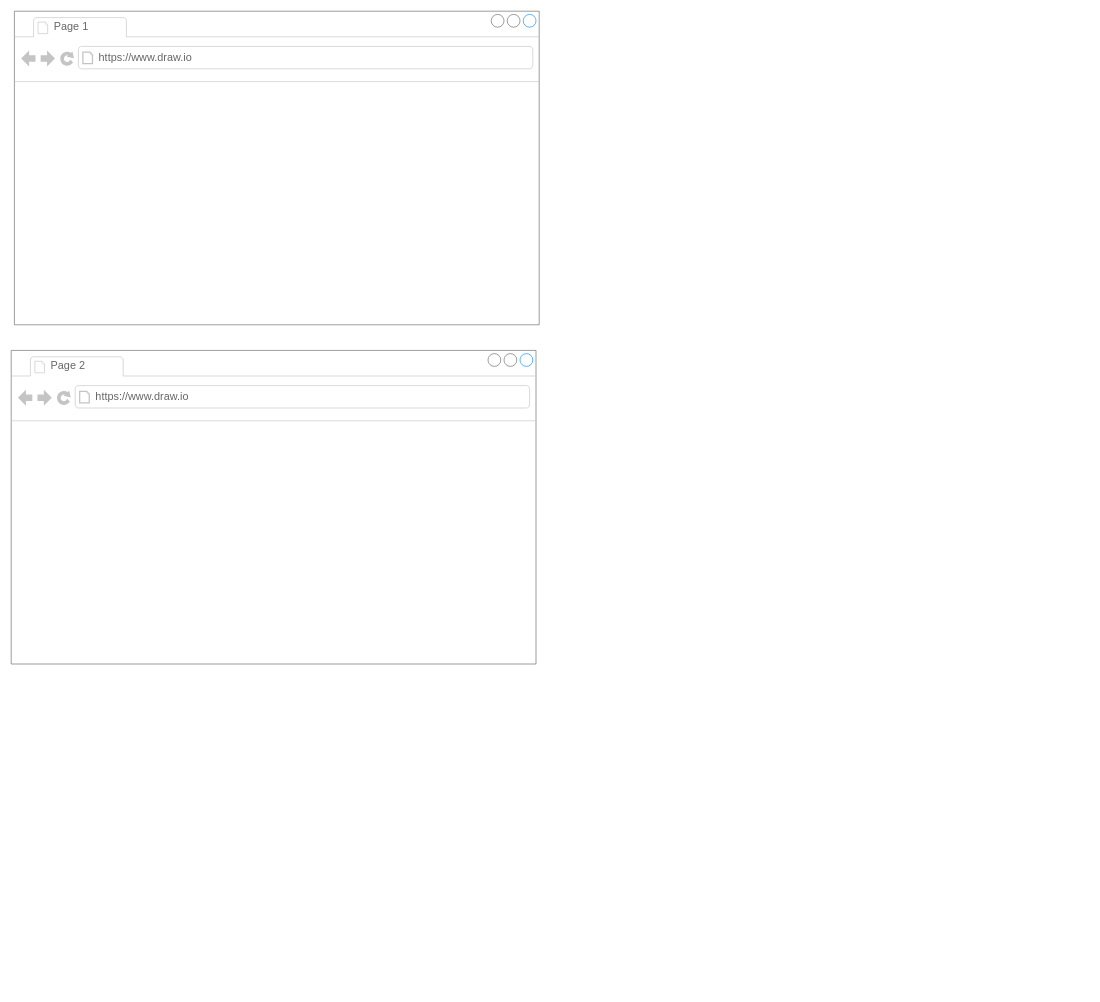
Above: EventsWebsite.drawio in OmranDahish/EventsWebsite (draw.io), before the change. Source tidied: cells renumbered, new cells numbered last; positions are measured from the earlier drawing's top-left corner, leaving out a move shared by most shapes. Both pictures are drawn from the tidied source at 64%, with x=0, y=0 at pixel (11, 11).
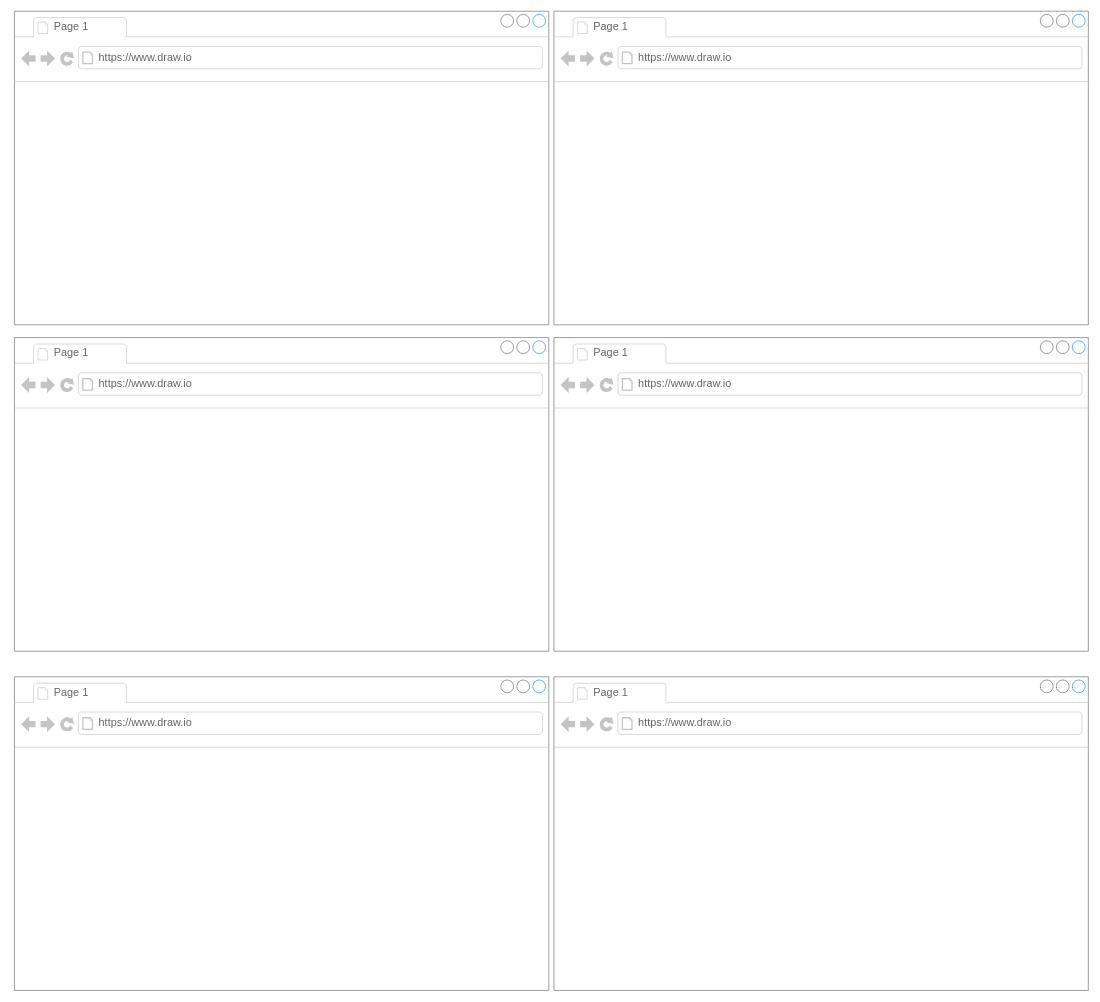
After the change.

Change to the diagram source:
```diff
@@
 <mxGraphModel>
   <root>
     <mxCell id="0" />
     <mxCell id="1" parent="0" />
     <mxCell id="2" style="strokeWidth=1;shadow=0;dashed=0;align=center;html=1;shape=mxgraph.mockup.containers.browserWindow;rSize=0;strokeColor=#666666;strokeColor2=#008cff;strokeColor3=#c4c4c4;mainText=,;" parent="1" vertex="1">
-      <mxGeometry x="5" width="820" height="490" as="geometry" />
+      <mxGeometry x="5" width="835" height="490" as="geometry" />
     </mxCell>
     <mxCell id="3" value="Page 1" style="strokeWidth=1;shadow=0;dashed=0;align=center;html=1;shape=mxgraph.mockup.containers.anchor;fontSize=17;fontColor=#666666;align=left;" parent="2" vertex="1">
       <mxGeometry x="60" y="12" width="110" height="26" as="geometry" />
     </mxCell>
     <mxCell id="4" value="https://www.draw.io" style="strokeWidth=1;shadow=0;dashed=0;align=center;html=1;shape=mxgraph.mockup.containers.anchor;rSize=0;fontSize=17;fontColor=#666666;align=left;" parent="2" vertex="1">
       <mxGeometry x="130" y="60" width="250" height="26" as="geometry" />
     </mxCell>
-    <mxCell id="5" style="strokeWidth=1;shadow=0;dashed=0;align=center;html=1;shape=mxgraph.mockup.containers.browserWindow;rSize=0;strokeColor=#666666;strokeColor2=#008cff;strokeColor3=#c4c4c4;mainText=,;" parent="1" vertex="1">
-      <mxGeometry y="530" width="820" height="490" as="geometry" />
-    </mxCell>
-    <mxCell id="6" value="Page 2" style="strokeWidth=1;shadow=0;dashed=0;align=center;html=1;shape=mxgraph.mockup.containers.anchor;fontSize=17;fontColor=#666666;align=left;" parent="5" vertex="1">
-      <mxGeometry x="60" y="12" width="110" height="26" as="geometry" />
-    </mxCell>
-    <mxCell id="7" value="https://www.draw.io" style="strokeWidth=1;shadow=0;dashed=0;align=center;html=1;shape=mxgraph.mockup.containers.anchor;rSize=0;fontSize=17;fontColor=#666666;align=left;" parent="5" vertex="1">
-      <mxGeometry x="130" y="60" width="250" height="26" as="geometry" />
-    </mxCell>
+    <mxCell id="8" style="strokeWidth=1;shadow=0;dashed=0;align=center;html=1;shape=mxgraph.mockup.containers.browserWindow;rSize=0;strokeColor=#666666;strokeColor2=#008cff;strokeColor3=#c4c4c4;mainText=,;" parent="1" vertex="1">
+      <mxGeometry x="5" y="510" width="835" height="490" as="geometry" />
+    </mxCell>
+    <mxCell id="9" value="Page 1" style="strokeWidth=1;shadow=0;dashed=0;align=center;html=1;shape=mxgraph.mockup.containers.anchor;fontSize=17;fontColor=#666666;align=left;" parent="8" vertex="1">
+      <mxGeometry x="60" y="12" width="110" height="26" as="geometry" />
+    </mxCell>
+    <mxCell id="10" value="https://www.draw.io" style="strokeWidth=1;shadow=0;dashed=0;align=center;html=1;shape=mxgraph.mockup.containers.anchor;rSize=0;fontSize=17;fontColor=#666666;align=left;" parent="8" vertex="1">
+      <mxGeometry x="130" y="60" width="250" height="26" as="geometry" />
+    </mxCell>
+    <mxCell id="11" style="strokeWidth=1;shadow=0;dashed=0;align=center;html=1;shape=mxgraph.mockup.containers.browserWindow;rSize=0;strokeColor=#666666;strokeColor2=#008cff;strokeColor3=#c4c4c4;mainText=,;" parent="1" vertex="1">
+      <mxGeometry x="848" y="510" width="835" height="490" as="geometry" />
+    </mxCell>
+    <mxCell id="12" value="Page 1" style="strokeWidth=1;shadow=0;dashed=0;align=center;html=1;shape=mxgraph.mockup.containers.anchor;fontSize=17;fontColor=#666666;align=left;" parent="11" vertex="1">
+      <mxGeometry x="60" y="12" width="110" height="26" as="geometry" />
+    </mxCell>
+    <mxCell id="13" value="https://www.draw.io" style="strokeWidth=1;shadow=0;dashed=0;align=center;html=1;shape=mxgraph.mockup.containers.anchor;rSize=0;fontSize=17;fontColor=#666666;align=left;" parent="11" vertex="1">
+      <mxGeometry x="130" y="60" width="250" height="26" as="geometry" />
+    </mxCell>
+    <mxCell id="14" style="strokeWidth=1;shadow=0;dashed=0;align=center;html=1;shape=mxgraph.mockup.containers.browserWindow;rSize=0;strokeColor=#666666;strokeColor2=#008cff;strokeColor3=#c4c4c4;mainText=,;" parent="1" vertex="1">
+      <mxGeometry x="848" width="835" height="490" as="geometry" />
+    </mxCell>
+    <mxCell id="15" value="Page 1" style="strokeWidth=1;shadow=0;dashed=0;align=center;html=1;shape=mxgraph.mockup.containers.anchor;fontSize=17;fontColor=#666666;align=left;" parent="14" vertex="1">
+      <mxGeometry x="60" y="12" width="110" height="26" as="geometry" />
+    </mxCell>
+    <mxCell id="16" value="https://www.draw.io" style="strokeWidth=1;shadow=0;dashed=0;align=center;html=1;shape=mxgraph.mockup.containers.anchor;rSize=0;fontSize=17;fontColor=#666666;align=left;" parent="14" vertex="1">
+      <mxGeometry x="130" y="60" width="250" height="26" as="geometry" />
+    </mxCell>
+    <mxCell id="17" style="strokeWidth=1;shadow=0;dashed=0;align=center;html=1;shape=mxgraph.mockup.containers.browserWindow;rSize=0;strokeColor=#666666;strokeColor2=#008cff;strokeColor3=#c4c4c4;mainText=,;" parent="1" vertex="1">
+      <mxGeometry x="5" y="1040" width="835" height="490" as="geometry" />
+    </mxCell>
+    <mxCell id="18" value="Page 1" style="strokeWidth=1;shadow=0;dashed=0;align=center;html=1;shape=mxgraph.mockup.containers.anchor;fontSize=17;fontColor=#666666;align=left;" parent="17" vertex="1">
+      <mxGeometry x="60" y="12" width="110" height="26" as="geometry" />
+    </mxCell>
+    <mxCell id="19" value="https://www.draw.io" style="strokeWidth=1;shadow=0;dashed=0;align=center;html=1;shape=mxgraph.mockup.containers.anchor;rSize=0;fontSize=17;fontColor=#666666;align=left;" parent="17" vertex="1">
+      <mxGeometry x="130" y="60" width="250" height="26" as="geometry" />
+    </mxCell>
+    <mxCell id="20" style="strokeWidth=1;shadow=0;dashed=0;align=center;html=1;shape=mxgraph.mockup.containers.browserWindow;rSize=0;strokeColor=#666666;strokeColor2=#008cff;strokeColor3=#c4c4c4;mainText=,;" parent="1" vertex="1">
+      <mxGeometry x="848" y="1040" width="835" height="490" as="geometry" />
+    </mxCell>
+    <mxCell id="21" value="Page 1" style="strokeWidth=1;shadow=0;dashed=0;align=center;html=1;shape=mxgraph.mockup.containers.anchor;fontSize=17;fontColor=#666666;align=left;" parent="20" vertex="1">
+      <mxGeometry x="60" y="12" width="110" height="26" as="geometry" />
+    </mxCell>
+    <mxCell id="22" value="https://www.draw.io" style="strokeWidth=1;shadow=0;dashed=0;align=center;html=1;shape=mxgraph.mockup.containers.anchor;rSize=0;fontSize=17;fontColor=#666666;align=left;" parent="20" vertex="1">
+      <mxGeometry x="130" y="60" width="250" height="26" as="geometry" />
+    </mxCell>
   </root>
 </mxGraphModel>
```
